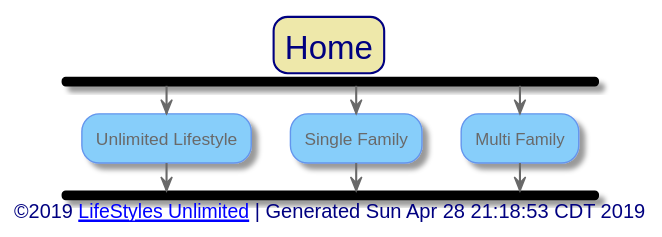
Before: out/src/index.svg, a diagram exported from PlantUML (toddmo/lifestylesunlimited).
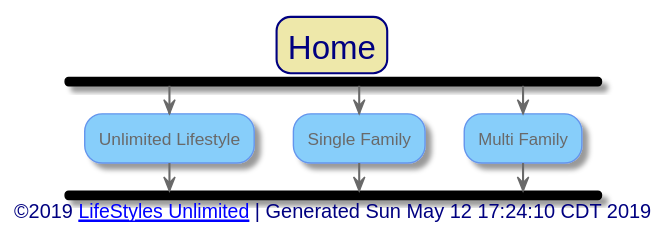
Above is the later version.

Diff of the diagram source:
```diff
@@ -87,7 +87,7 @@
 
 
 left footer
-	<font size=14>©2019 [[http://www.lifestylesunlimited.com LifeStyles Unlimited]] | Generated Sun Apr 28 21:18:53 CDT 2019</font>
+	<font size=14>©2019 [[http://www.lifestylesunlimited.com LifeStyles Unlimited]] | Generated Sun May 12 17:24:10 CDT 2019</font>
 endfooter
 
 
```
